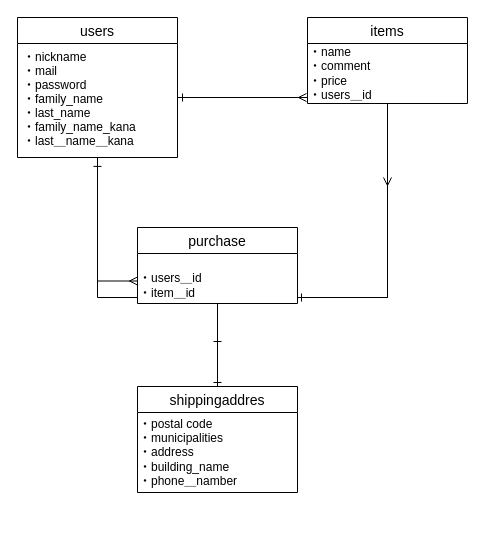
Above: .dio in Fujinodaiki/furima-29225 (draw.io), before the change. Source tidied: cells renumbered, new cells numbered last; positions are measured from the earlier drawing's top-left corner, leaving out a move shared by most shapes. Both pictures are drawn from the tidied source at 100%, with x=0, y=0 at pixel (17, 17).
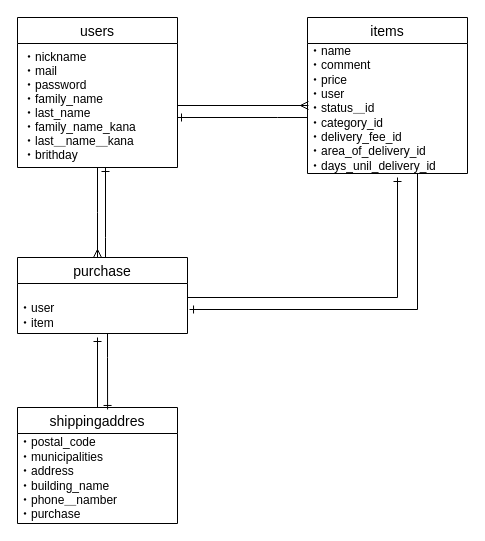
The same page after the edit.

What changed in the source:
```diff
@@
-    <mxCell id="2" style="edgeStyle=orthogonalEdgeStyle;rounded=0;jettySize=auto;html=1;entryX=0;entryY=0.55;entryDx=0;entryDy=0;entryPerimeter=0;endArrow=ERmany;endFill=0;" parent="1" edge="1" source="3" target="9">
-      <mxGeometry relative="1" as="geometry" />
-    </mxCell>
+    <mxCell id="18" style="edgeStyle=orthogonalEdgeStyle;rounded=0;jettySize=auto;html=1;endArrow=ERmany;endFill=0;" parent="1" edge="1" source="3">
+      <mxGeometry relative="1" as="geometry">
+        <mxPoint x="80" y="240" as="targetPoint" />
+      </mxGeometry>
+    </mxCell>
     <mxCell id="3" value="users" style="swimlane;fontStyle=0;horizontal=1;startSize=26;align=center;fontSize=14;" parent="1" vertex="1">
-      <mxGeometry width="160" height="140" as="geometry" />
+      <mxGeometry width="160" height="150" as="geometry" />
     </mxCell>
-    <mxCell id="4" value="・nickname&#10;・mail&#10;・password&#10;・family_name&#10;・last_name&#10;・family_name_kana&#10;・last＿name＿kana&#10;&#10;" style="text;strokeColor=none;fillColor=none;spacingLeft=4;spacingRight=4;overflow=hidden;points=[[0,0.5],[1,0.5]];portConstraint=eastwest;fontSize=12;" parent="3" vertex="1">
-      <mxGeometry y="26" width="160" height="114" as="geometry" />
+    <mxCell id="4" value="・nickname&#10;・mail&#10;・password&#10;・family_name&#10;・last_name&#10;・family_name_kana&#10;・last＿name＿kana&#10;・brithday&#10;" style="text;strokeColor=none;fillColor=none;spacingLeft=4;spacingRight=4;overflow=hidden;points=[[0,0.5],[1,0.5]];portConstraint=eastwest;fontSize=12;" parent="3" vertex="1">
+      <mxGeometry y="26" width="160" height="124" as="geometry" />
     </mxCell>
     <mxCell id="5" value="items" style="swimlane;fontStyle=0;horizontal=1;startSize=26;align=center;fontSize=14;" parent="1" vertex="1">
-      <mxGeometry x="290" width="160" height="86" as="geometry" />
+      <mxGeometry x="290" width="160" height="156" as="geometry" />
     </mxCell>
-    <mxCell id="6" value="・name&lt;br&gt;・comment&lt;br&gt;・price&lt;br&gt;・users＿id" style="text;html=1;align=left;verticalAlign=middle;points=[];" parent="5" vertex="1">
-      <mxGeometry y="26" width="160" height="60" as="geometry" />
+    <mxCell id="6" value="・name&lt;br&gt;・comment&lt;br&gt;・price&lt;br&gt;・user&lt;br&gt;・status＿id&lt;br&gt;・category_id&lt;br&gt;・delivery_fee_id&lt;br&gt;・area_of_delivery_id&lt;br&gt;・days_unil_delivery_id&lt;br&gt;" style="text;html=1;align=left;verticalAlign=middle;points=[];" parent="5" vertex="1">
+      <mxGeometry y="26" width="160" height="130" as="geometry" />
     </mxCell>
-    <mxCell id="7" style="edgeStyle=orthogonalEdgeStyle;rounded=0;jettySize=auto;html=1;entryX=0.5;entryY=0;entryDx=0;entryDy=0;endArrow=ERone;endFill=0;" parent="1" edge="1" source="9" target="11">
-      <mxGeometry relative="1" as="geometry" />
-    </mxCell>
+    <mxCell id="19" style="edgeStyle=orthogonalEdgeStyle;rounded=0;jettySize=auto;html=1;entryX=0.55;entryY=1;entryDx=0;entryDy=0;entryPerimeter=0;endArrow=ERone;endFill=0;" parent="1" edge="1" source="8" target="4">
+      <mxGeometry relative="1" as="geometry">
+        <Array as="points">
+          <mxPoint x="88" y="220" />
+          <mxPoint x="88" y="220" />
+        </Array>
+      </mxGeometry>
+    </mxCell>
     <mxCell id="8" value="purchase" style="swimlane;fontStyle=0;horizontal=1;startSize=26;align=center;fontSize=14;" parent="1" vertex="1">
-      <mxGeometry x="120" y="210" width="160" height="76" as="geometry" />
+      <mxGeometry y="240" width="170" height="76" as="geometry" />
     </mxCell>
-    <mxCell id="9" value="&lt;br&gt;・users＿id&lt;br&gt;・item＿id" style="text;html=1;align=left;verticalAlign=middle;points=[];" parent="8" vertex="1">
-      <mxGeometry y="26" width="160" height="50" as="geometry" />
+    <mxCell id="9" value="&lt;br&gt;・user&lt;br&gt;・item" style="text;html=1;align=left;verticalAlign=middle;points=[];" parent="8" vertex="1">
+      <mxGeometry y="26" width="170" height="50" as="geometry" />
     </mxCell>
-    <mxCell id="10" style="edgeStyle=orthogonalEdgeStyle;rounded=0;jettySize=auto;html=1;exitX=0.5;exitY=0;exitDx=0;exitDy=0;endArrow=ERone;endFill=0;" parent="1" edge="1" source="11">
-      <mxGeometry relative="1" as="geometry">
-        <mxPoint x="200" y="320" as="targetPoint" />
-      </mxGeometry>
-    </mxCell>
+    <mxCell id="20" style="edgeStyle=orthogonalEdgeStyle;rounded=0;jettySize=auto;html=1;endArrow=ERone;endFill=0;" parent="1" edge="1" source="11">
+      <mxGeometry relative="1" as="geometry">
+        <mxPoint x="80" y="320" as="targetPoint" />
+      </mxGeometry>
+    </mxCell>
     <mxCell id="11" value="shippingaddres" style="swimlane;fontStyle=0;horizontal=1;startSize=26;align=center;fontSize=14;" parent="1" vertex="1">
-      <mxGeometry x="120" y="369" width="160" height="106" as="geometry" />
+      <mxGeometry y="390" width="160" height="116" as="geometry" />
     </mxCell>
-    <mxCell id="12" value="・postal code&lt;br&gt;・municipalities&lt;br&gt;・address&lt;br&gt;・building_name&lt;br&gt;・phone＿namber" style="text;html=1;align=left;verticalAlign=middle;" parent="11" vertex="1">
-      <mxGeometry y="26" width="160" height="80" as="geometry" />
+    <mxCell id="12" value="・postal_code&lt;br&gt;・municipalities&lt;br&gt;・address&lt;br&gt;・building_name&lt;br&gt;・phone＿namber&lt;br&gt;・purchase" style="text;html=1;align=left;verticalAlign=middle;" parent="11" vertex="1">
+      <mxGeometry y="26" width="160" height="90" as="geometry" />
     </mxCell>
-    <mxCell id="13" style="edgeStyle=orthogonalEdgeStyle;rounded=0;jettySize=auto;html=1;endArrow=ERmany;endFill=0;" parent="1" edge="1" source="9">
-      <mxGeometry relative="1" as="geometry">
-        <mxPoint x="370" y="160" as="targetPoint" />
-        <Array as="points">
-          <mxPoint x="370" y="280" />
-        </Array>
-      </mxGeometry>
-    </mxCell>
-    <mxCell id="14" style="edgeStyle=orthogonalEdgeStyle;rounded=0;jettySize=auto;html=1;exitX=1;exitY=0.5;exitDx=0;exitDy=0;endArrow=ERmany;endFill=0;" parent="1" edge="1" source="4">
-      <mxGeometry relative="1" as="geometry">
-        <mxPoint x="289" y="80" as="targetPoint" />
-        <Array as="points">
-          <mxPoint x="160" y="80" />
-          <mxPoint x="289" y="80" />
-        </Array>
-      </mxGeometry>
-    </mxCell>
-    <mxCell id="15" style="edgeStyle=orthogonalEdgeStyle;rounded=0;jettySize=auto;html=1;endArrow=ERone;endFill=0;" parent="1" edge="1" source="6">
-      <mxGeometry relative="1" as="geometry">
-        <mxPoint x="161" y="80" as="targetPoint" />
-        <Array as="points">
-          <mxPoint x="161" y="80" />
-        </Array>
-      </mxGeometry>
-    </mxCell>
-    <mxCell id="16" style="edgeStyle=orthogonalEdgeStyle;rounded=0;jettySize=auto;html=1;endArrow=ERone;endFill=0;entryX=0.5;entryY=1.043;entryDx=0;entryDy=0;entryPerimeter=0;" parent="1" edge="1" source="9" target="4">
-      <mxGeometry relative="1" as="geometry">
-        <Array as="points">
-          <mxPoint x="80" y="280" />
-        </Array>
-      </mxGeometry>
-    </mxCell>
-    <mxCell id="17" style="edgeStyle=orthogonalEdgeStyle;rounded=0;jettySize=auto;html=1;endArrow=ERone;endFill=0;" parent="1" edge="1" source="6">
-      <mxGeometry relative="1" as="geometry">
-        <mxPoint x="280" y="280" as="targetPoint" />
-        <Array as="points">
-          <mxPoint x="370" y="280" />
-        </Array>
-      </mxGeometry>
-    </mxCell>
+    <mxCell id="7" style="edgeStyle=orthogonalEdgeStyle;rounded=0;jettySize=auto;html=1;entryX=0.563;entryY=0.017;entryDx=0;entryDy=0;entryPerimeter=0;endArrow=ERone;endFill=0;" parent="1" edge="1" source="9" target="11">
+      <mxGeometry relative="1" as="geometry">
+        <Array as="points">
+          <mxPoint x="90" y="340" />
+          <mxPoint x="90" y="340" />
+        </Array>
+      </mxGeometry>
+    </mxCell>
+    <mxCell id="21" style="edgeStyle=orthogonalEdgeStyle;rounded=0;jettySize=auto;html=1;endArrow=ERmany;endFill=0;entryX=0.006;entryY=0.477;entryDx=0;entryDy=0;entryPerimeter=0;" parent="1" edge="1" source="4" target="6">
+      <mxGeometry relative="1" as="geometry" />
+    </mxCell>
+    <mxCell id="22" style="edgeStyle=orthogonalEdgeStyle;rounded=0;jettySize=auto;html=1;endArrow=ERone;endFill=0;" parent="1" edge="1" source="6" target="4">
+      <mxGeometry relative="1" as="geometry">
+        <Array as="points">
+          <mxPoint x="260" y="100" />
+          <mxPoint x="260" y="100" />
+        </Array>
+      </mxGeometry>
+    </mxCell>
+    <mxCell id="23" style="edgeStyle=orthogonalEdgeStyle;rounded=0;jettySize=auto;html=1;entryX=1.012;entryY=0.52;entryDx=0;entryDy=0;entryPerimeter=0;endArrow=ERone;endFill=0;" parent="1" edge="1" source="6" target="9">
+      <mxGeometry relative="1" as="geometry">
+        <Array as="points">
+          <mxPoint x="400" y="292" />
+        </Array>
+      </mxGeometry>
+    </mxCell>
+    <mxCell id="24" style="edgeStyle=orthogonalEdgeStyle;rounded=0;jettySize=auto;html=1;endArrow=ERone;endFill=0;" parent="1" edge="1" source="9">
+      <mxGeometry relative="1" as="geometry">
+        <mxPoint x="380" y="160" as="targetPoint" />
+        <Array as="points">
+          <mxPoint x="380" y="280" />
+          <mxPoint x="380" y="160" />
+        </Array>
+      </mxGeometry>
+    </mxCell>
```
